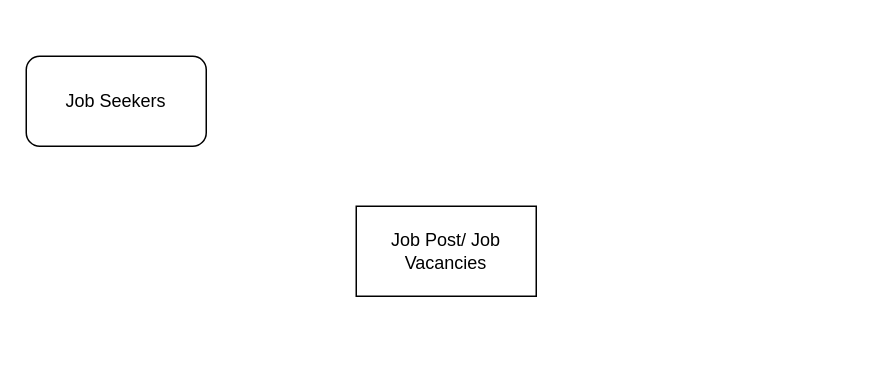
Before: Untitled Diagram.drawio in johnjumaritz/Conceptual_Framework-JFS, a draw.io diagram. Source tidied: cells renumbered, new cells numbered last; positions are measured from the earlier drawing's top-left corner, leaving out a move shared by most shapes. Both pictures are drawn from the tidied source at 150%, with x=0, y=0 at pixel (26, 56).
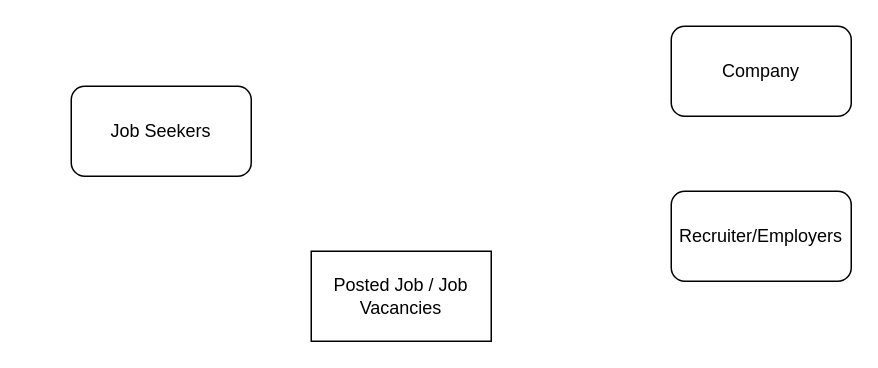
The same page after the edit.

Commit message:
Other modules

Diff of the diagram source:
```diff
@@
 <mxGraphModel>
   <root>
     <mxCell id="0" />
     <mxCell id="1" parent="0" />
-    <mxCell id="2" value="Job Post/ Job Vacancies" style="rounded=0;whiteSpace=wrap;html=1;" parent="1" vertex="1">
-      <mxGeometry x="220" y="100" width="120" height="60" as="geometry" />
+    <mxCell id="2" value="Posted Job / Job Vacancies" style="rounded=0;whiteSpace=wrap;html=1;" parent="1" vertex="1">
+      <mxGeometry x="190" y="130" width="120" height="60" as="geometry" />
     </mxCell>
     <mxCell id="3" value="Job Seekers" style="rounded=1;whiteSpace=wrap;html=1;" parent="1" vertex="1">
-      <mxGeometry width="120" height="60" as="geometry" />
+      <mxGeometry x="30" y="20" width="120" height="60" as="geometry" />
     </mxCell>
+    <mxCell id="4" value="Company" style="rounded=1;whiteSpace=wrap;html=1;" parent="1" vertex="1">
+      <mxGeometry x="430" y="-20" width="120" height="60" as="geometry" />
+    </mxCell>
+    <mxCell id="5" value="Recruiter/Employers" style="rounded=1;whiteSpace=wrap;html=1;" parent="1" vertex="1">
+      <mxGeometry x="430" y="90" width="120" height="60" as="geometry" />
+    </mxCell>
   </root>
 </mxGraphModel>
```
